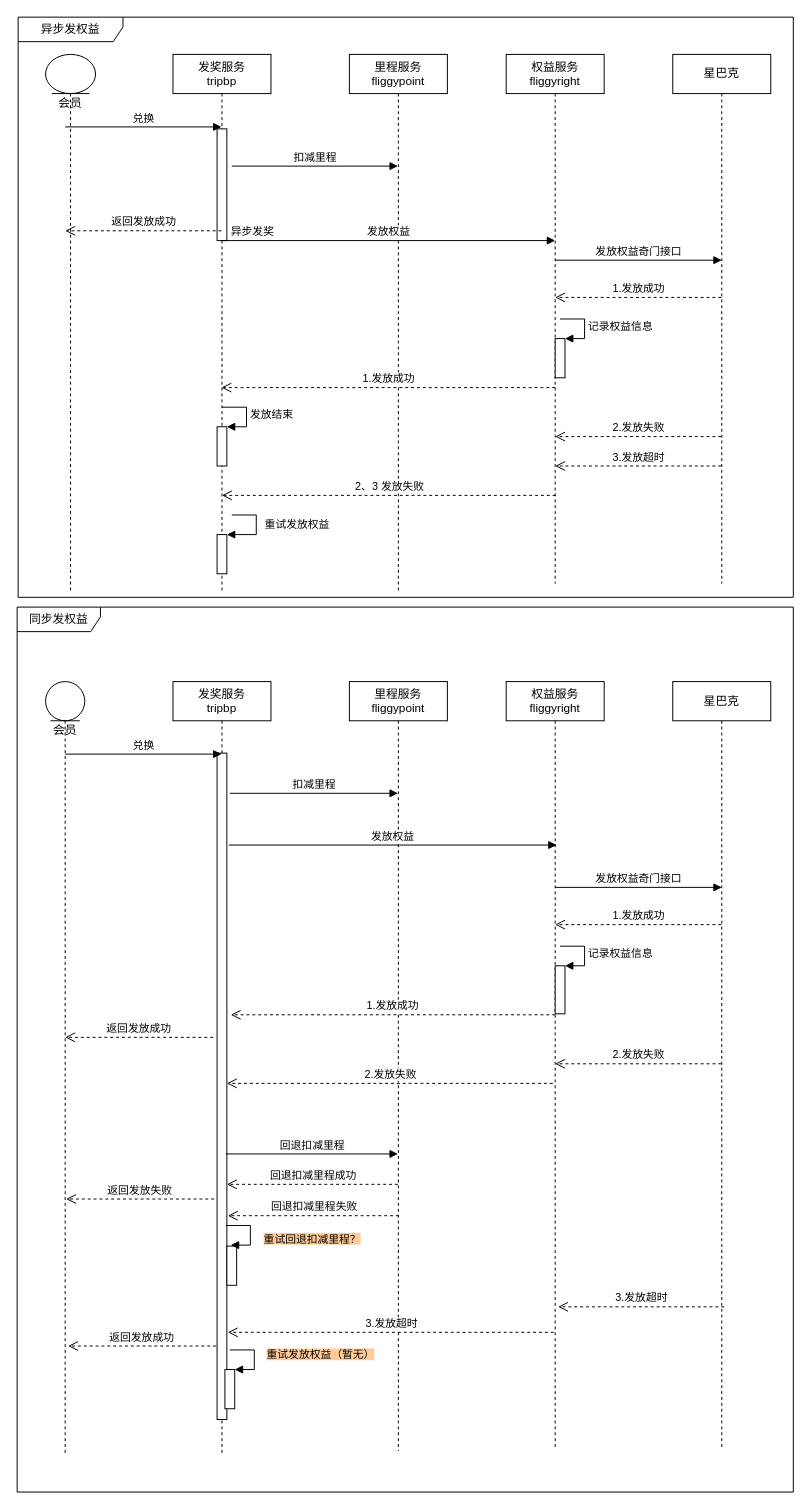
Earlier version of the draw.io diagram page "发放权益" (9 of 9) of 会员成长平台.drawio (renqiuming/drawio). Source tidied: cells renumbered, new cells numbered last; positions are measured from the earlier drawing's top-left corner, leaving out a move shared by most shapes. Both pictures are drawn from the tidied source at 98%, with x=0, y=0 at pixel (17, 17).
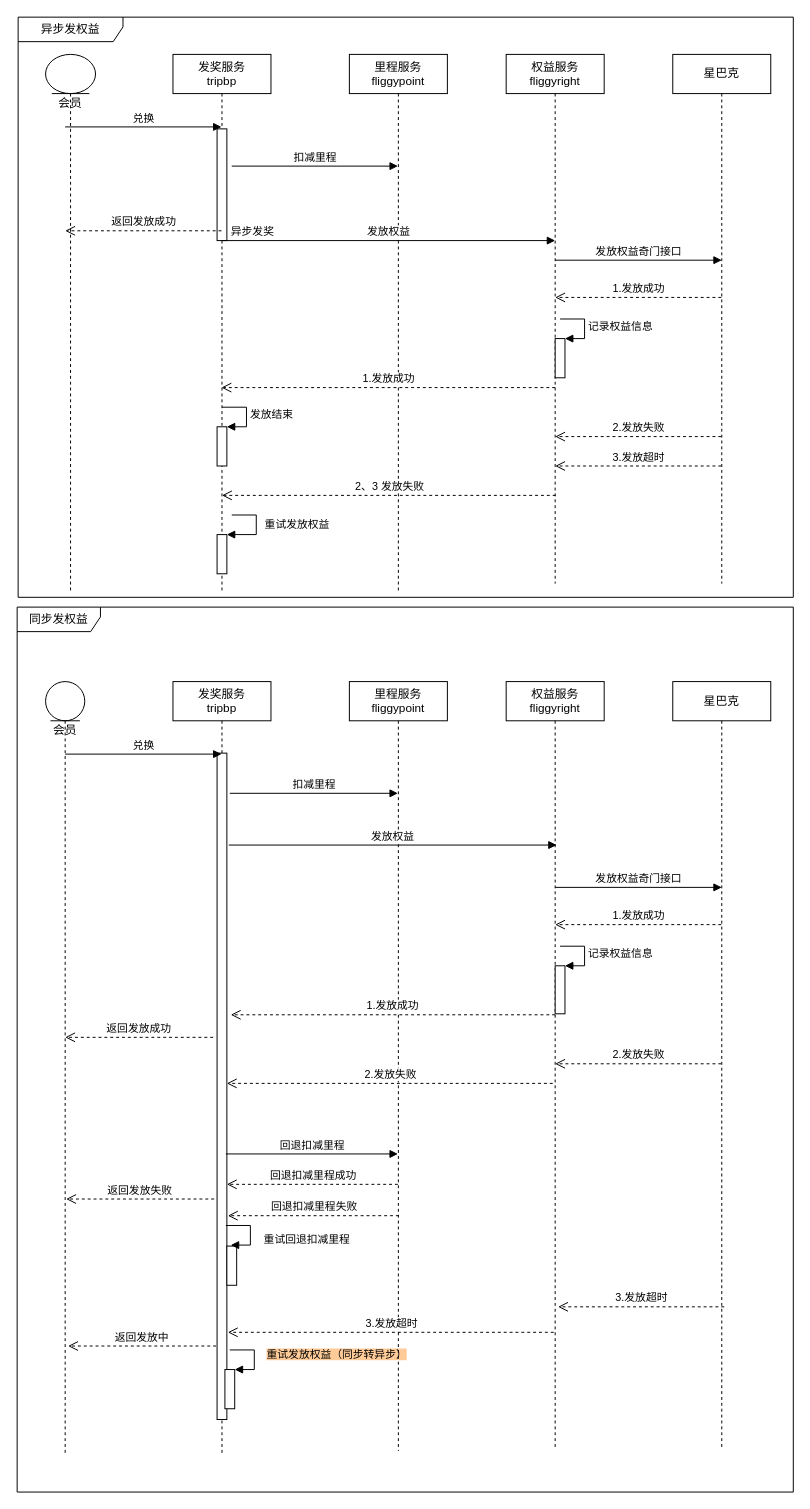
Above is the later version.

Commit message:
更新会员成长平台.drawio

The change refers to these unchanged cells:
```xml
<mxCell id="27" value="发奖服务&lt;br&gt;tripbp" style="shape=umlLifeline;perimeter=lifelinePerimeter;whiteSpace=wrap;html=1;" parent="1" vertex="1">
  <mxGeometry x="159" y="678" width="100" height="788" as="geometry" />
</mxCell>
<mxCell id="32" style="html=1;points=[];perimeter=orthogonalPerimeter;" parent="27" vertex="1">
  <mxGeometry x="53" y="702" width="10" height="40" as="geometry" />
</mxCell>
```

Change to the diagram source:
```diff
@@
-    <mxCell id="31" value="&lt;span style=&quot;background-color: rgb(255 , 204 , 153)&quot;&gt;重试回退扣减里程？&lt;/span&gt;" style="edgeStyle=orthogonalEdgeStyle;html=1;align=left;spacingLeft=2;endArrow=block;rounded=0;entryX=1;entryY=0;" parent="27" edge="1">
+    <mxCell id="31" value="重试回退扣减里程" style="edgeStyle=orthogonalEdgeStyle;html=1;align=left;spacingLeft=2;endArrow=block;rounded=0;entryX=1;entryY=0;" parent="27" edge="1">
       <mxGeometry x="0.2" y="10" relative="1" as="geometry">
         <mxPoint x="54" y="555" as="sourcePoint" />
         <mxPoint x="59" y="575" as="targetPoint" />
         <Array as="points">
           <mxPoint x="79" y="555" />
         </Array>
       </mxGeometry>
     </mxCell>
@@
-    <mxCell id="33" value="&lt;span style=&quot;background-color: rgb(255 , 204 , 153)&quot;&gt;重试发放权益（暂无）&lt;/span&gt;" style="edgeStyle=orthogonalEdgeStyle;html=1;align=left;spacingLeft=2;endArrow=block;rounded=0;entryX=1;entryY=0;" parent="27" edge="1" target="32">
+    <mxCell id="33" value="&lt;span style=&quot;background-color: rgb(255 , 204 , 153)&quot;&gt;重试发放权益（同步转异步）&lt;/span&gt;" style="edgeStyle=orthogonalEdgeStyle;html=1;align=left;spacingLeft=2;endArrow=block;rounded=0;entryX=1;entryY=0;" parent="27" edge="1" target="32">
       <mxGeometry x="-0.08" y="9" relative="1" as="geometry">
         <mxPoint x="58" y="682" as="sourcePoint" />
         <Array as="points">
           <mxPoint x="83" y="682" />
         </Array>
       </mxGeometry>
     </mxCell>
@@
-    <mxCell id="54" value="返回发放成功" style="html=1;verticalAlign=bottom;endArrow=open;dashed=1;endSize=8;" parent="1" edge="1">
+    <mxCell id="54" value="返回发放中" style="html=1;verticalAlign=bottom;endArrow=open;dashed=1;endSize=8;" parent="1" edge="1">
       <mxGeometry relative="1" as="geometry">
         <mxPoint x="203" y="1356" as="sourcePoint" />
         <mxPoint x="52" y="1356" as="targetPoint" />
       </mxGeometry>
     </mxCell>
```
